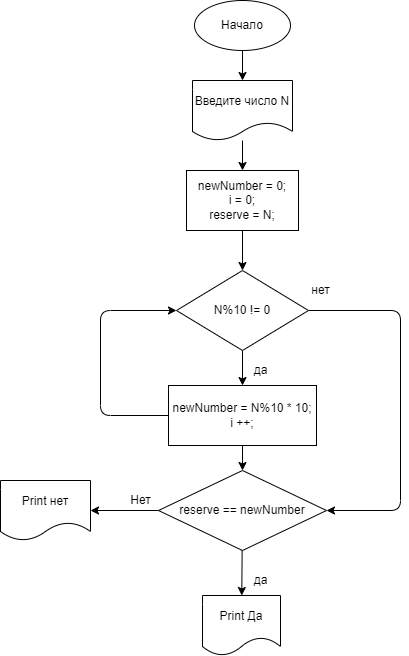
This is Homework_001/diagram.drawio.png from GnezdilovaVO/Seminar_3.3_Homework, a draw.io export, as it was before one commit. Source tidied: cells renumbered, new cells last; positions are measured from the earlier drawing's top-left corner, leaving out a move shared by most shapes.
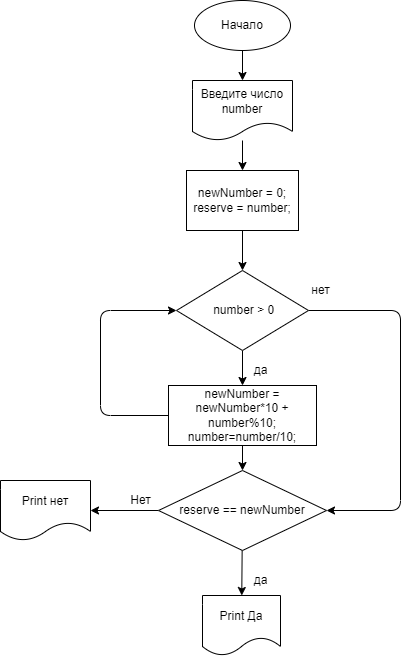
After the commit.

Commit message:
Решена задача 1 и исправлена блок-схема

Diff of the diagram source:
```diff
@@ -11,13 +11,13 @@
     <mxCell id="4" style="edgeStyle=none;html=1;" parent="1" edge="1" source="5" target="7">
       <mxGeometry relative="1" as="geometry" />
     </mxCell>
-    <mxCell id="5" value="Введите число N" style="shape=document;whiteSpace=wrap;html=1;boundedLbl=1;" parent="1" vertex="1">
+    <mxCell id="5" value="Введите число number" style="shape=document;whiteSpace=wrap;html=1;boundedLbl=1;" parent="1" vertex="1">
       <mxGeometry x="192" y="80" width="100" height="60" as="geometry" />
     </mxCell>
     <mxCell id="6" style="edgeStyle=none;html=1;" parent="1" edge="1" source="7" target="10">
       <mxGeometry relative="1" as="geometry" />
     </mxCell>
-    <mxCell id="7" value="newNumber = 0;&lt;br&gt;i = 0;&lt;br&gt;reserve = N;" style="rounded=0;whiteSpace=wrap;html=1;" parent="1" vertex="1">
+    <mxCell id="7" value="newNumber = 0;&lt;br&gt;reserve = number;" style="rounded=0;whiteSpace=wrap;html=1;" parent="1" vertex="1">
       <mxGeometry x="186" y="170" width="112" height="60" as="geometry" />
     </mxCell>
     <mxCell id="8" style="edgeStyle=none;html=1;" parent="1" edge="1" source="10" target="13">
@@ -31,7 +31,7 @@
         </Array>
       </mxGeometry>
     </mxCell>
-    <mxCell id="10" value="N%10 != 0" style="rhombus;whiteSpace=wrap;html=1;" parent="1" vertex="1">
+    <mxCell id="10" value="&amp;nbsp;number &amp;gt; 0" style="rhombus;whiteSpace=wrap;html=1;" parent="1" vertex="1">
       <mxGeometry x="176" y="270" width="132" height="80" as="geometry" />
     </mxCell>
     <mxCell id="11" style="edgeStyle=none;html=1;exitX=0;exitY=0.5;exitDx=0;exitDy=0;entryX=0;entryY=0.5;entryDx=0;entryDy=0;" parent="1" edge="1" source="13" target="10">
@@ -45,7 +45,7 @@
     <mxCell id="12" style="edgeStyle=none;html=1;" parent="1" edge="1" source="13" target="17">
       <mxGeometry relative="1" as="geometry" />
     </mxCell>
-    <mxCell id="13" value="newNumber = N%10 * 10;&lt;br&gt;i ++;" style="rounded=0;whiteSpace=wrap;html=1;" parent="1" vertex="1">
+    <mxCell id="13" value="newNumber = newNumber*10 + number%10;&lt;br&gt;number=number/10;" style="rounded=0;whiteSpace=wrap;html=1;" parent="1" vertex="1">
       <mxGeometry x="168" y="385" width="148" height="60" as="geometry" />
     </mxCell>
     <mxCell id="14" value="да" style="text;html=1;align=center;verticalAlign=middle;strokeColor=none;fillColor=none;" parent="1" vertex="1">
```
